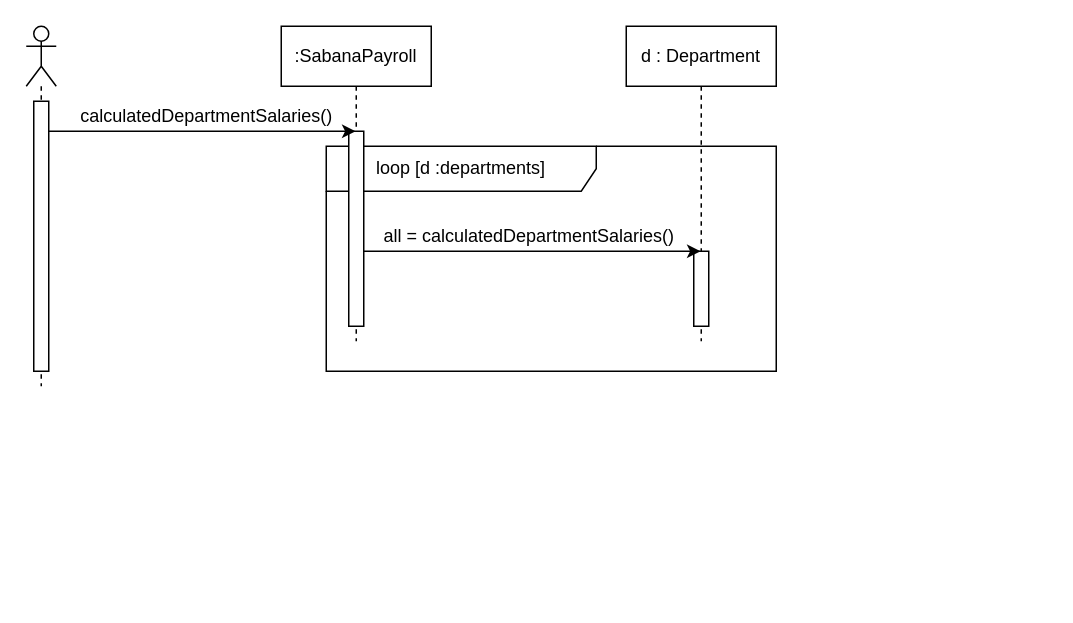
This is diagrams/calculatedepartmentsalaries-class-diagram.drawio from Sprastrum/MUNOZ-SANTOS-SABANA-POOB-2021-1-LAB-INHERITANCE, a draw.io file, before an edit. Source tidied: cells renumbered, new cells numbered last; positions are measured from the earlier drawing's top-left corner, leaving out a move shared by most shapes. Both pictures are drawn from the tidied source at 150%, with x=0, y=0 at pixel (26, 26).
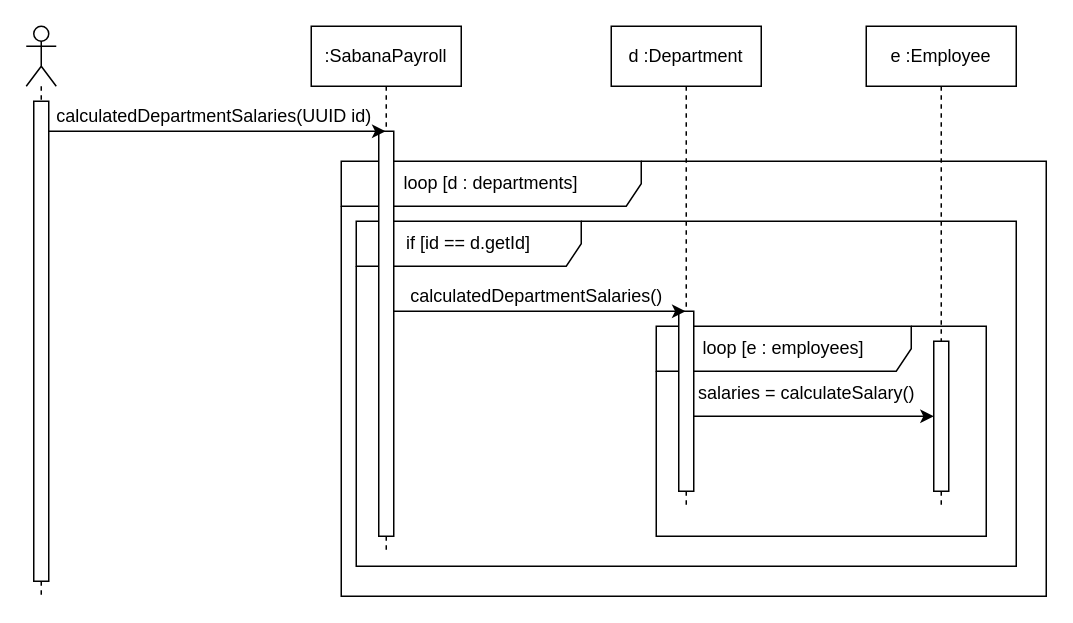
After the change.

Commit message (it also covers changes not shown here):
Finish Diagrams

What changed in the source:
```diff
@@
-    <mxCell id="2" value="loop [d :departments]" style="shape=umlFrame;whiteSpace=wrap;html=1;width=180;height=30;" parent="1" vertex="1">
-      <mxGeometry x="200" y="80" width="300" height="150" as="geometry" />
-    </mxCell>
+    <mxCell id="13" value="loop [d : departments]" style="shape=umlFrame;whiteSpace=wrap;html=1;width=200;height=30;" parent="1" vertex="1">
+      <mxGeometry x="210" y="90" width="470" height="290" as="geometry" />
+    </mxCell>
+    <mxCell id="14" value="if [id == d.getId]" style="shape=umlFrame;whiteSpace=wrap;html=1;width=150;height=30;" parent="1" vertex="1">
+      <mxGeometry x="220" y="130" width="440" height="230" as="geometry" />
+    </mxCell>
+    <mxCell id="15" value="loop [e : employees]" style="shape=umlFrame;whiteSpace=wrap;html=1;width=170;height=30;" parent="1" vertex="1">
+      <mxGeometry x="420" y="200" width="220" height="140" as="geometry" />
+    </mxCell>
     <mxCell id="3" style="shape=umlLifeline;participant=umlActor;perimeter=lifelinePerimeter;whiteSpace=wrap;html=1;verticalAlign=top;spacingTop=36;" parent="1" vertex="1">
-      <mxGeometry width="20" height="240" as="geometry" />
+      <mxGeometry width="20" height="380" as="geometry" />
     </mxCell>
     <mxCell id="4" style="html=1;points=[];perimeter=orthogonalPerimeter;" parent="3" vertex="1">
-      <mxGeometry x="5" y="50" width="10" height="180" as="geometry" />
+      <mxGeometry x="5" y="50" width="10" height="320" as="geometry" />
     </mxCell>
     <mxCell id="5" value=":SabanaPayroll" style="shape=umlLifeline;perimeter=lifelinePerimeter;whiteSpace=wrap;html=1;outlineConnect=0;" parent="1" vertex="1">
-      <mxGeometry x="170" width="100" height="210" as="geometry" />
+      <mxGeometry x="190" width="100" height="350" as="geometry" />
     </mxCell>
     <mxCell id="6" style="html=1;points=[];perimeter=orthogonalPerimeter;" parent="5" vertex="1">
-      <mxGeometry x="45" y="70" width="10" height="130" as="geometry" />
+      <mxGeometry x="45" y="70" width="10" height="270" as="geometry" />
     </mxCell>
@@
-    <mxCell id="8" value="calculatedDepartmentSalaries()" style="text;html=1;align=center;verticalAlign=middle;" parent="1" vertex="1">
-      <mxGeometry x="30" y="50" width="180" height="20" as="geometry" />
+    <mxCell id="8" value="calculatedDepartmentSalaries(UUID id)" style="text;html=1;align=center;verticalAlign=middle;" parent="1" vertex="1">
+      <mxGeometry x="10" y="50" width="230" height="20" as="geometry" />
     </mxCell>
-    <mxCell id="9" value="d : Department" style="shape=umlLifeline;perimeter=lifelinePerimeter;whiteSpace=wrap;html=1;outlineConnect=0;" parent="1" vertex="1">
-      <mxGeometry x="400" width="100" height="210" as="geometry" />
+    <mxCell id="9" value="d :Department" style="shape=umlLifeline;perimeter=lifelinePerimeter;whiteSpace=wrap;html=1;outlineConnect=0;" parent="1" vertex="1">
+      <mxGeometry x="390" width="100" height="320" as="geometry" />
     </mxCell>
     <mxCell id="10" style="html=1;points=[];perimeter=orthogonalPerimeter;" parent="9" vertex="1">
-      <mxGeometry x="45" y="150" width="10" height="50" as="geometry" />
+      <mxGeometry x="45" y="190" width="10" height="120" as="geometry" />
     </mxCell>
     <mxCell id="11" style="edgeStyle=orthogonalEdgeStyle;rounded=0;jettySize=auto;html=1;" parent="1" edge="1" source="6" target="9">
       <mxGeometry relative="1" as="geometry">
         <Array as="points">
-          <mxPoint x="320" y="150" />
-          <mxPoint x="320" y="150" />
+          <mxPoint x="340" y="190" />
+          <mxPoint x="340" y="190" />
         </Array>
       </mxGeometry>
     </mxCell>
-    <mxCell id="12" value="all = calculatedDepartmentSalaries()" style="text;html=1;align=center;verticalAlign=middle;" parent="1" vertex="1">
-      <mxGeometry x="230" y="130" width="210" height="20" as="geometry" />
+    <mxCell id="12" value="calculatedDepartmentSalaries()" style="text;html=1;align=center;verticalAlign=middle;" parent="1" vertex="1">
+      <mxGeometry x="250" y="170" width="180" height="20" as="geometry" />
     </mxCell>
+    <mxCell id="16" value="e :Employee" style="shape=umlLifeline;perimeter=lifelinePerimeter;whiteSpace=wrap;html=1;" parent="1" vertex="1">
+      <mxGeometry x="560" width="100" height="320" as="geometry" />
+    </mxCell>
+    <mxCell id="17" style="html=1;points=[];perimeter=orthogonalPerimeter;" parent="16" vertex="1">
+      <mxGeometry x="45" y="210" width="10" height="100" as="geometry" />
+    </mxCell>
+    <mxCell id="18" style="edgeStyle=orthogonalEdgeStyle;rounded=0;jettySize=auto;html=1;" parent="1" edge="1" source="10" target="17">
+      <mxGeometry relative="1" as="geometry">
+        <Array as="points">
+          <mxPoint x="520" y="260" />
+          <mxPoint x="520" y="260" />
+        </Array>
+      </mxGeometry>
+    </mxCell>
+    <mxCell id="19" value="salaries = calculateSalary()" style="text;html=1;align=center;verticalAlign=middle;" parent="1" vertex="1">
+      <mxGeometry x="440" y="235" width="160" height="20" as="geometry" />
+    </mxCell>
```
